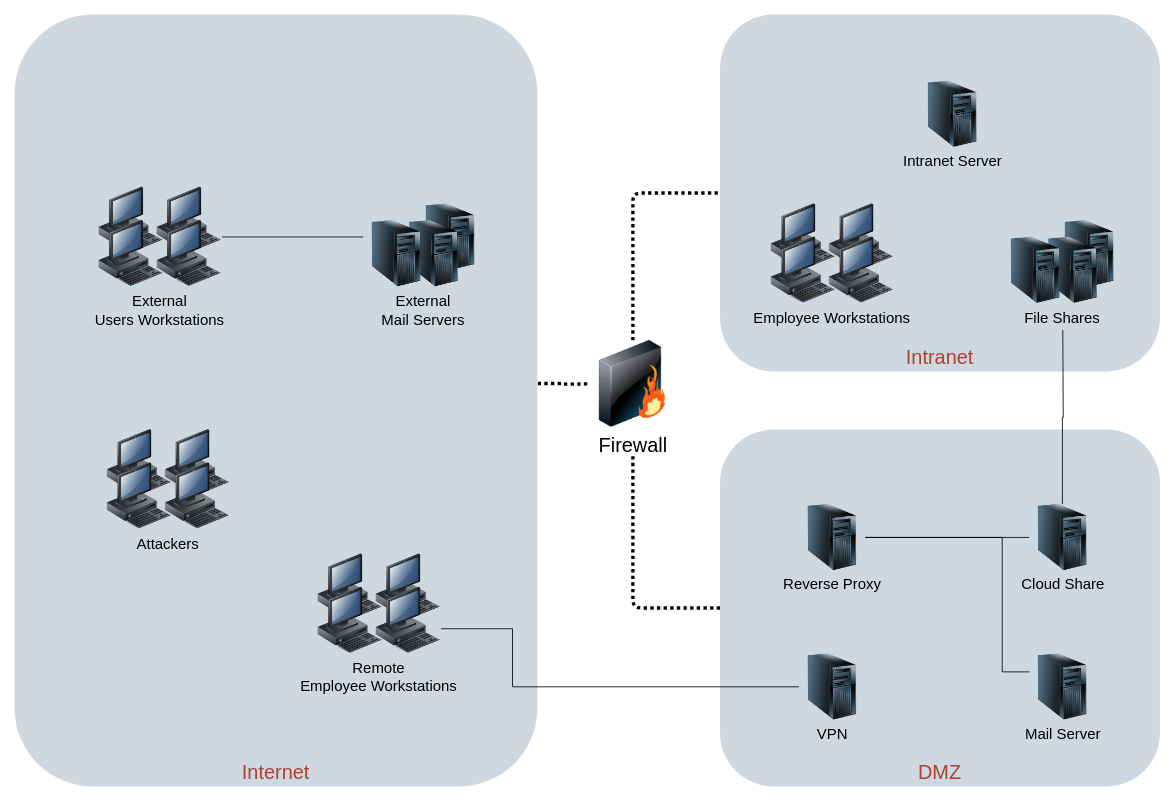
Earlier version of the draw.io diagram provisioning/terragrunt/hosts/module/network.drawio (ait-aecid/kyoushi-environment). Source tidied: cells renumbered, new cells numbered last; positions are measured from the earlier drawing's top-left corner, leaving out a move shared by most shapes. Both pictures are drawn from the tidied source at 83%, with x=0, y=0 at pixel (14, 14).
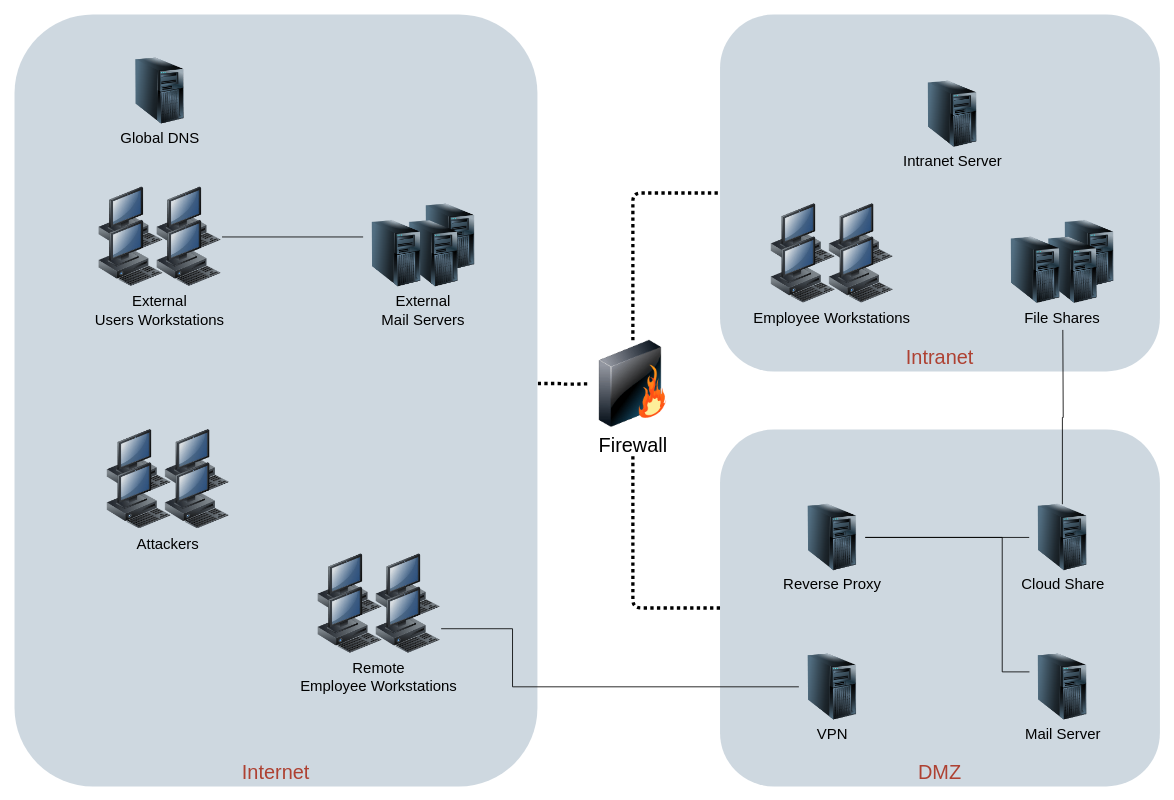
After the change.

Commit message (it also covers changes not shown here):
Add missing internet dns to diagram

Change to the diagram source:
```diff
@@
+    <mxCell id="48" value="Global DNS" style="image;image=img/lib/clip_art/computers/Server_Tower_128x128.png;labelBackgroundColor=none;fontSize=18;html=1;verticalAlign=top;horizontal=1;align=center;spacing=2;spacingRight=0;" parent="1" vertex="1">
+      <mxGeometry x="135" y="52" width="80" height="80" as="geometry" />
+    </mxCell>
```
